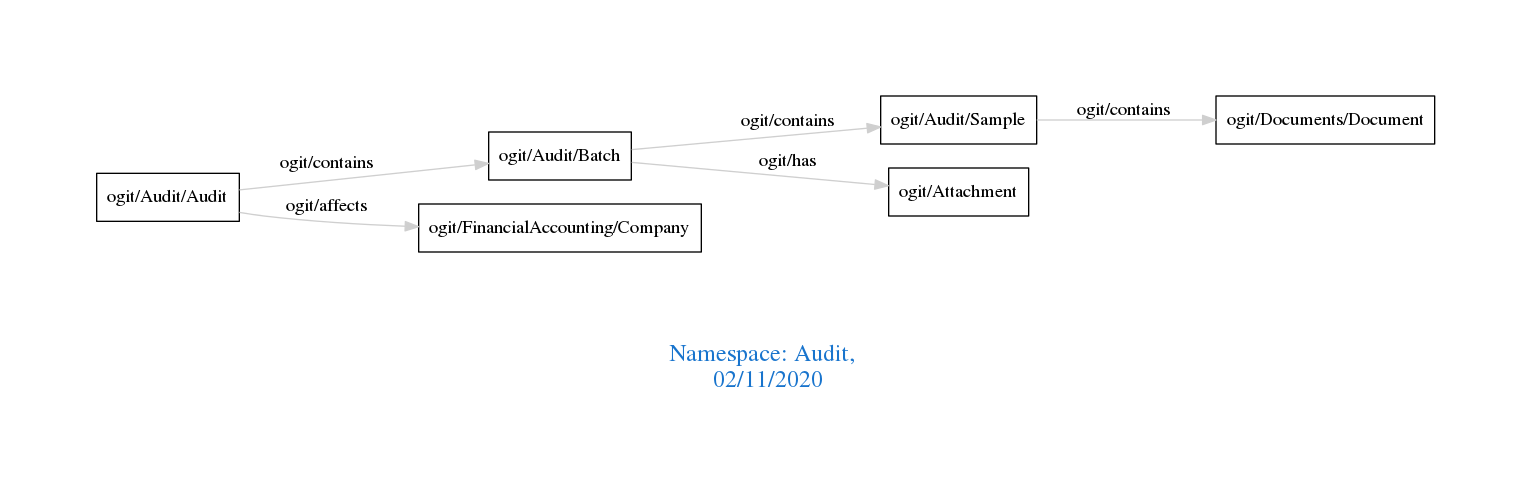
Earlier version of the Graphviz export downloads/Audit.png (arago/OGIT). Its source is kept beside it as downloads/Audit.dot. Source of this version:
```dot
digraph OGIT_ontology {
 graph [ rankdir= LR,pad=1
fontsize = 18,
fontcolor= dodgerblue3,label = "\n\n\nNamespace: Audit, \n 02/11/2020"];
node[shape=polygon];
edge [  color="gray81"];

   "ogit/Audit/Audit" -> "ogit/Audit/Batch" [label="   ogit/contains    "];
   "ogit/Audit/Batch" -> "ogit/Audit/Sample" [label="   ogit/contains    "];
   "ogit/Audit/Sample" -> "ogit/Documents/Document" [label="   ogit/contains    "];
   "ogit/Audit/Audit" -> "ogit/FinancialAccounting/Company" [label="   ogit/affects    "];
   "ogit/Audit/Batch" -> "ogit/Attachment" [label="   ogit/has    "];
}
```
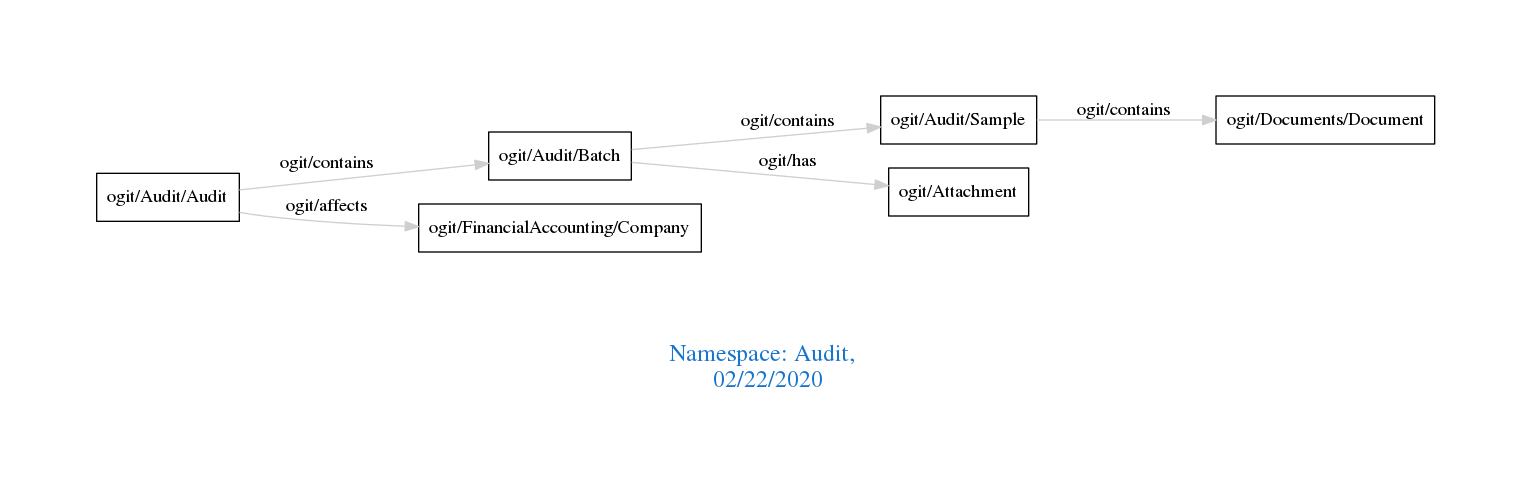
Later version of the same file.

Diff of the diagram source:
```diff
@@ -1,7 +1,7 @@
 digraph OGIT_ontology {
  graph [ rankdir= LR,pad=1
 fontsize = 18,
-fontcolor= dodgerblue3,label = "\n\n\nNamespace: Audit, \n 02/11/2020"];
+fontcolor= dodgerblue3,label = "\n\n\nNamespace: Audit, \n 02/22/2020"];
 node[shape=polygon];
 edge [  color="gray81"];
 
```
